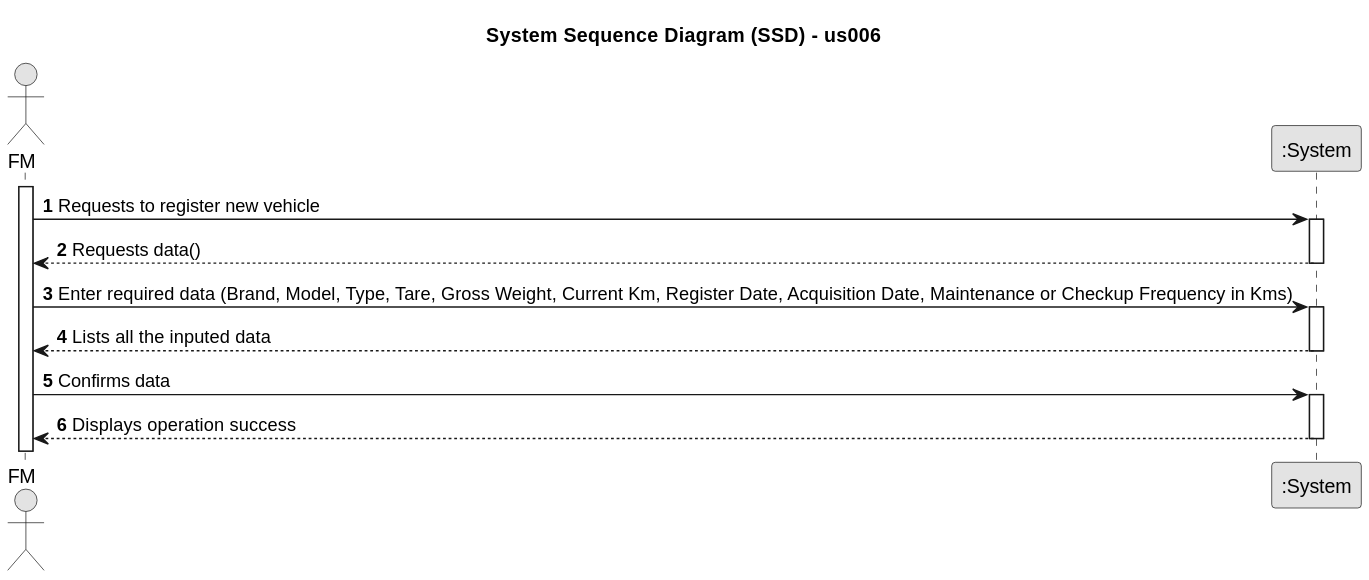
Before: docs/sprintB/us006/01.requirements-engineering/svg/SSD-us006-System_Sequence_Diagram__SSD____us006.svg, a diagram exported from PlantUML (Departamento-de-Engenharia-Informatica/lei-24-s2-1dm-g132).
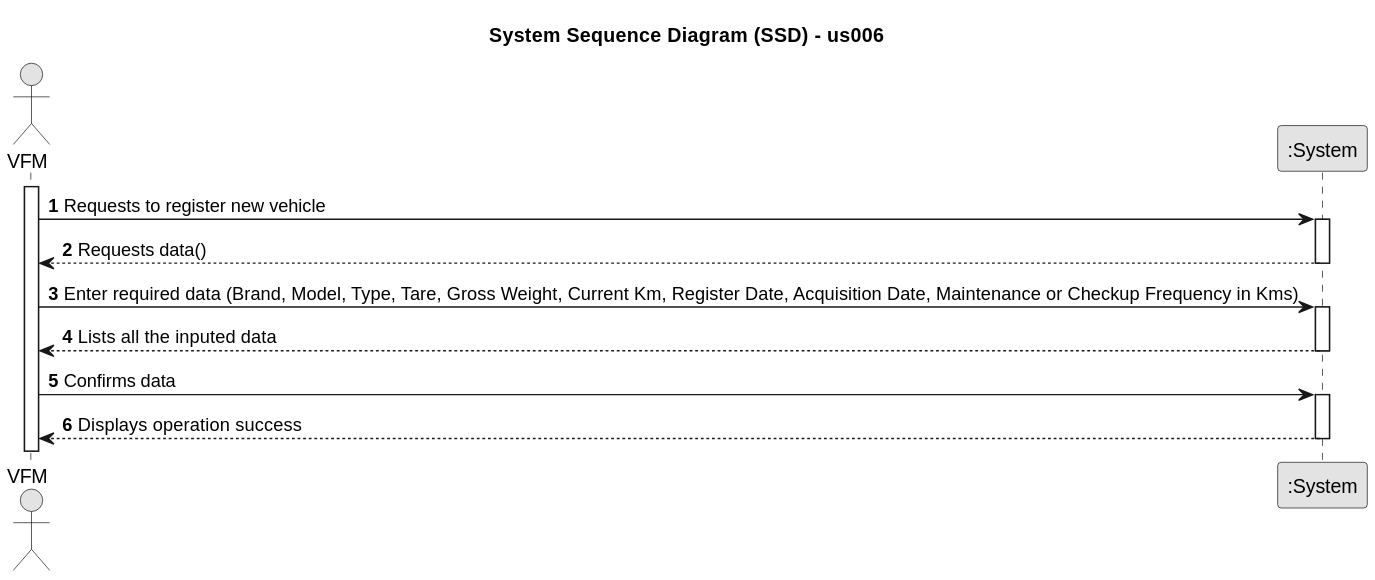
After the commit.

The edit, as a diff of the source:
```diff
@@ -7,7 +7,7 @@
 
 autonumber
 
-actor "FM" as Admin
+actor "VFM" as Admin
 participant ":System" as System
 
 activate Admin
```
